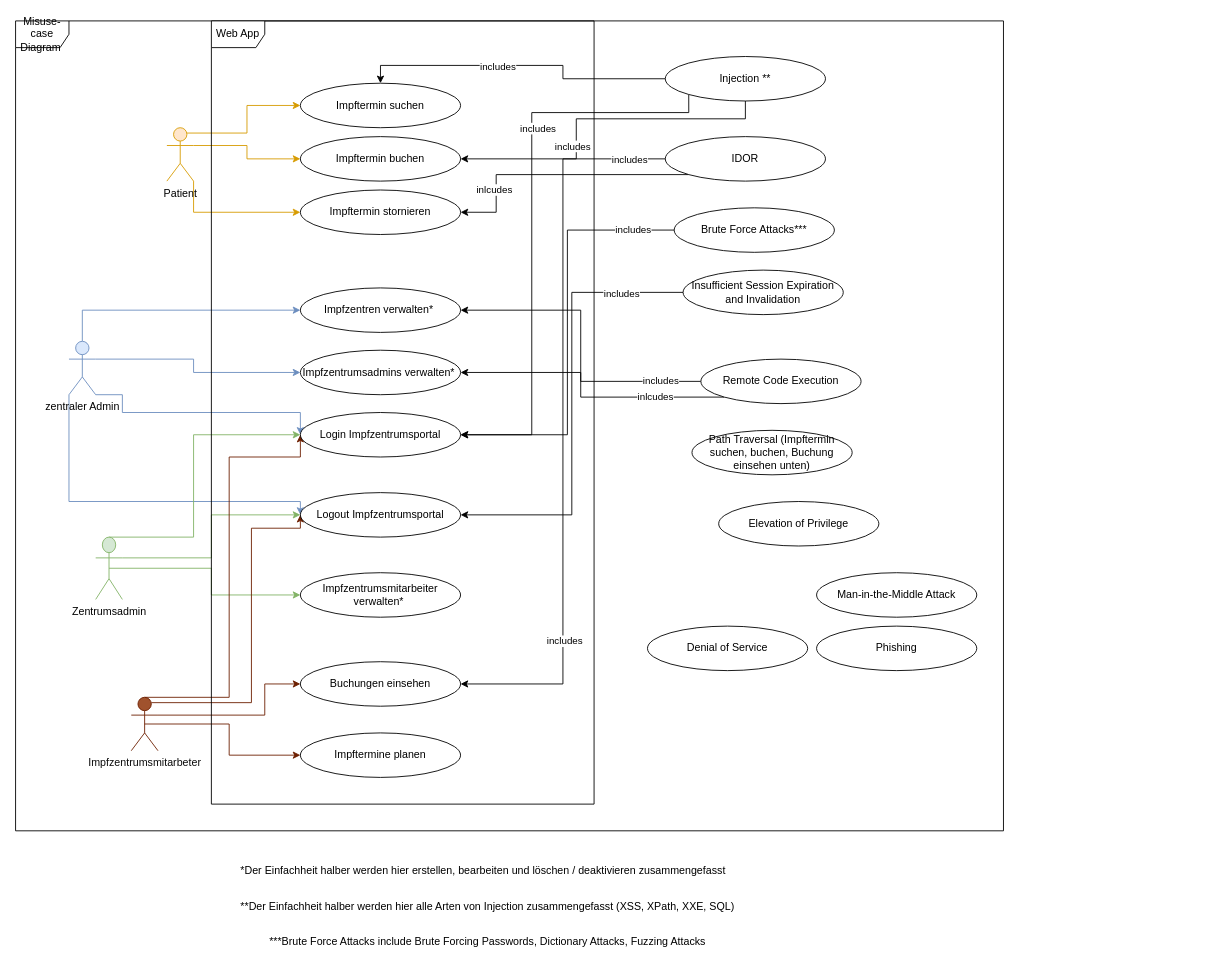
Above: Modified Misucase diagram.drawio in janafarag/sswe (draw.io), before the change. Source tidied: cells renumbered, new cells numbered last; positions are measured from the earlier drawing's top-left corner, leaving out a move shared by most shapes. Both pictures are drawn from the tidied source at 89%, with x=0, y=0 at pixel (15, 20).
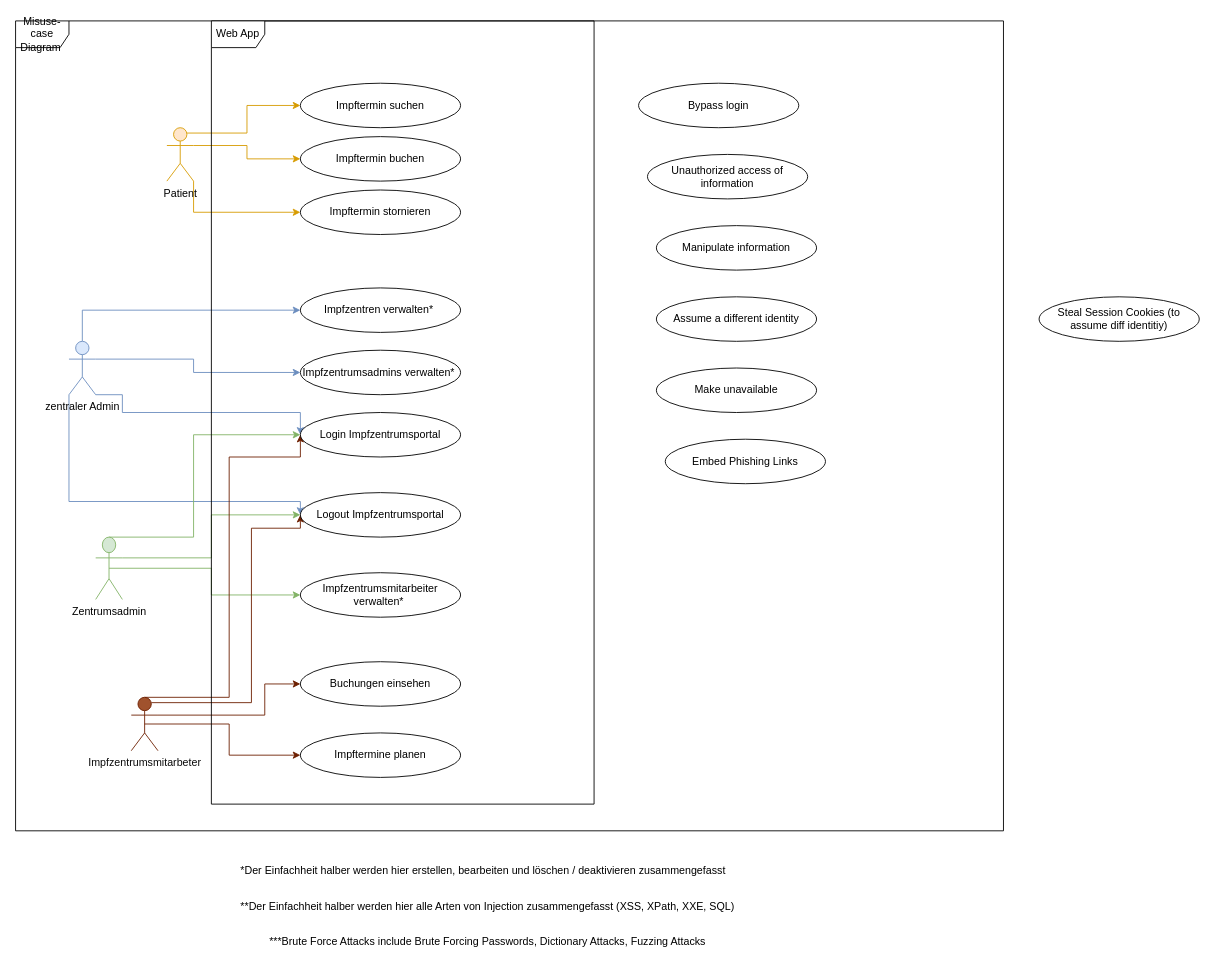
After the change.

Commit message:
Added basic and general misuse cases

Unchanged cells that the change refers to:
```xml
<mxCell id="20" value="Impftermin buchen" style="ellipse;whiteSpace=wrap;html=1;" parent="1" vertex="1">
  <mxGeometry x="320" y="130" width="180" height="50" as="geometry" />
</mxCell>
<mxCell id="21" value="Impftermin stornieren" style="ellipse;whiteSpace=wrap;html=1;" parent="1" vertex="1">
  <mxGeometry x="320" y="190" width="180" height="50" as="geometry" />
</mxCell>
<mxCell id="22" value="Impfzentren verwalten*&amp;nbsp;" style="ellipse;whiteSpace=wrap;html=1;" parent="1" vertex="1">
  <mxGeometry x="320" y="300" width="180" height="50" as="geometry" />
</mxCell>
<mxCell id="23" value="Impfzentrumsadmins verwalten*&amp;nbsp;" style="ellipse;whiteSpace=wrap;html=1;" parent="1" vertex="1">
  <mxGeometry x="320" y="370" width="180" height="50" as="geometry" />
</mxCell>
<mxCell id="24" value="Login Impfzentrumsportal" style="ellipse;whiteSpace=wrap;html=1;" parent="1" vertex="1">
  <mxGeometry x="320" y="440" width="180" height="50" as="geometry" />
</mxCell>
<mxCell id="25" value="Logout Impfzentrumsportal" style="ellipse;whiteSpace=wrap;html=1;" parent="1" vertex="1">
  <mxGeometry x="320" y="530" width="180" height="50" as="geometry" />
</mxCell>
<mxCell id="27" value="Buchungen einsehen" style="ellipse;whiteSpace=wrap;html=1;" parent="1" vertex="1">
  <mxGeometry x="320" y="720" width="180" height="50" as="geometry" />
</mxCell>
<mxCell id="29" value="Impftermin suchen" style="ellipse;whiteSpace=wrap;html=1;" parent="1" vertex="1">
  <mxGeometry x="320" y="70" width="180" height="50" as="geometry" />
</mxCell>
```

The edit, as a diff of the source:
```diff
@@
-    <mxCell id="34" style="edgeStyle=orthogonalEdgeStyle;rounded=0;jettySize=auto;html=1;exitX=0;exitY=1;exitDx=0;exitDy=0;entryX=1;entryY=0.5;entryDx=0;entryDy=0;" parent="1" edge="1" source="40" target="24">
-      <mxGeometry relative="1" as="geometry">
-        <Array as="points">
-          <mxPoint x="580" y="103" />
-          <mxPoint x="580" y="465" />
-        </Array>
-      </mxGeometry>
-    </mxCell>
-    <mxCell id="35" value="includes" style="edgeLabel;html=1;align=center;verticalAlign=middle;" parent="34" vertex="1">
-      <mxGeometry x="-0.61" y="-2" relative="1" as="geometry">
-        <mxPoint x="-65" y="19" as="offset" />
-      </mxGeometry>
-    </mxCell>
-    <mxCell id="36" style="edgeStyle=orthogonalEdgeStyle;rounded=0;jettySize=auto;html=1;exitX=0.5;exitY=1;exitDx=0;exitDy=0;entryX=1;entryY=0.5;entryDx=0;entryDy=0;" parent="1" edge="1" source="40" target="20">
-      <mxGeometry relative="1" as="geometry">
-        <Array as="points">
-          <mxPoint x="630" y="110" />
-          <mxPoint x="630" y="155" />
-        </Array>
-      </mxGeometry>
-    </mxCell>
-    <mxCell id="37" value="includes" style="edgeLabel;html=1;align=center;verticalAlign=middle;" parent="36" vertex="1">
-      <mxGeometry y="1" relative="1" as="geometry">
-        <mxPoint x="-22" y="29" as="offset" />
-      </mxGeometry>
-    </mxCell>
-    <mxCell id="38" style="edgeStyle=orthogonalEdgeStyle;rounded=0;jettySize=auto;html=1;exitX=0;exitY=0.5;exitDx=0;exitDy=0;entryX=0.5;entryY=0;entryDx=0;entryDy=0;" parent="1" edge="1" source="40" target="29">
-      <mxGeometry relative="1" as="geometry" />
-    </mxCell>
-    <mxCell id="39" value="includes" style="edgeLabel;html=1;align=center;verticalAlign=middle;" parent="38" vertex="1">
-      <mxGeometry x="0.15" y="1" relative="1" as="geometry" />
-    </mxCell>
-    <mxCell id="40" value="Injection **" style="ellipse;whiteSpace=wrap;html=1;" parent="1" vertex="1">
-      <mxGeometry x="730" y="40" width="180" height="50" as="geometry" />
-    </mxCell>
-    <mxCell id="41" style="edgeStyle=orthogonalEdgeStyle;rounded=0;jettySize=auto;html=1;exitX=0;exitY=0.5;exitDx=0;exitDy=0;entryX=1;entryY=0.5;entryDx=0;entryDy=0;" parent="1" edge="1" source="46" target="27">
-      <mxGeometry relative="1" as="geometry" />
-    </mxCell>
-    <mxCell id="42" value="includes" style="edgeLabel;html=1;align=center;verticalAlign=middle;" parent="41" vertex="1">
-      <mxGeometry x="0.6" y="1" relative="1" as="geometry" />
-    </mxCell>
-    <mxCell id="43" value="includes" style="edgeLabel;html=1;align=center;verticalAlign=middle;" parent="41" vertex="1">
-      <mxGeometry x="-0.9" relative="1" as="geometry" />
-    </mxCell>
-    <mxCell id="44" style="edgeStyle=orthogonalEdgeStyle;rounded=0;jettySize=auto;html=1;exitX=0;exitY=1;exitDx=0;exitDy=0;entryX=1;entryY=0.5;entryDx=0;entryDy=0;" parent="1" edge="1" source="46" target="21">
-      <mxGeometry relative="1" as="geometry">
-        <Array as="points">
-          <mxPoint x="540" y="173" />
-          <mxPoint x="540" y="215" />
-        </Array>
-      </mxGeometry>
-    </mxCell>
-    <mxCell id="45" value="inlcudes" style="edgeLabel;html=1;align=center;verticalAlign=middle;" parent="44" vertex="1">
-      <mxGeometry x="0.56" y="-3" relative="1" as="geometry" />
-    </mxCell>
-    <mxCell id="46" value="IDOR" style="ellipse;whiteSpace=wrap;html=1;" parent="1" vertex="1">
-      <mxGeometry x="730" y="130" width="180" height="50" as="geometry" />
-    </mxCell>
-    <mxCell id="47" value="Path Traversal (Impftermin suchen, buchen, Buchung einsehen unten)" style="ellipse;whiteSpace=wrap;html=1;" parent="1" vertex="1">
-      <mxGeometry x="760" y="460" width="180" height="50" as="geometry" />
-    </mxCell>
-    <mxCell id="48" style="edgeStyle=orthogonalEdgeStyle;rounded=0;jettySize=auto;html=1;exitX=0;exitY=0.5;exitDx=0;exitDy=0;entryX=1;entryY=0.5;entryDx=0;entryDy=0;" parent="1" edge="1" source="50" target="24">
-      <mxGeometry relative="1" as="geometry" />
-    </mxCell>
-    <mxCell id="49" value="includes" style="edgeLabel;html=1;align=center;verticalAlign=middle;" parent="48" vertex="1">
-      <mxGeometry x="-0.8" y="-1" relative="1" as="geometry" />
-    </mxCell>
-    <mxCell id="50" value="Brute Force Attacks***" style="ellipse;whiteSpace=wrap;html=1;" parent="1" vertex="1">
-      <mxGeometry x="740" y="210" width="180" height="50" as="geometry" />
-    </mxCell>
@@
-    <mxCell id="52" style="edgeStyle=orthogonalEdgeStyle;rounded=0;jettySize=auto;html=1;exitX=0;exitY=0.5;exitDx=0;exitDy=0;entryX=1;entryY=0.5;entryDx=0;entryDy=0;" parent="1" edge="1" source="54" target="25">
-      <mxGeometry relative="1" as="geometry" />
-    </mxCell>
-    <mxCell id="53" value="includes" style="edgeLabel;html=1;align=center;verticalAlign=middle;" parent="52" vertex="1">
-      <mxGeometry x="-0.72" y="1" relative="1" as="geometry" />
-    </mxCell>
-    <mxCell id="54" value="Insufficient Session Expiration and Invalidation" style="ellipse;whiteSpace=wrap;html=1;" parent="1" vertex="1">
-      <mxGeometry x="750" y="280" width="180" height="50" as="geometry" />
-    </mxCell>
-    <mxCell id="55" value="Elevation of Privilege" style="ellipse;whiteSpace=wrap;html=1;" parent="1" vertex="1">
-      <mxGeometry x="790" y="540" width="180" height="50" as="geometry" />
-    </mxCell>
-    <mxCell id="56" value="Denial of Service" style="ellipse;whiteSpace=wrap;html=1;" parent="1" vertex="1">
-      <mxGeometry x="710" y="680" width="180" height="50" as="geometry" />
-    </mxCell>
-    <mxCell id="57" style="edgeStyle=orthogonalEdgeStyle;rounded=0;jettySize=auto;html=1;exitX=0;exitY=0.5;exitDx=0;exitDy=0;entryX=1;entryY=0.5;entryDx=0;entryDy=0;" parent="1" edge="1" source="61" target="22">
-      <mxGeometry relative="1" as="geometry" />
-    </mxCell>
-    <mxCell id="58" value="includes" style="edgeLabel;html=1;align=center;verticalAlign=middle;" parent="57" vertex="1">
-      <mxGeometry x="-0.74" y="-1" relative="1" as="geometry" />
-    </mxCell>
-    <mxCell id="59" style="edgeStyle=orthogonalEdgeStyle;rounded=0;jettySize=auto;html=1;exitX=0;exitY=1;exitDx=0;exitDy=0;entryX=1;entryY=0.5;entryDx=0;entryDy=0;" parent="1" edge="1" source="61" target="23">
-      <mxGeometry relative="1" as="geometry" />
-    </mxCell>
-    <mxCell id="60" value="inlcudes" style="edgeLabel;html=1;align=center;verticalAlign=middle;" parent="59" vertex="1">
-      <mxGeometry x="-0.52" y="-1" relative="1" as="geometry" />
-    </mxCell>
-    <mxCell id="61" value="Remote Code Execution" style="ellipse;whiteSpace=wrap;html=1;" parent="1" vertex="1">
-      <mxGeometry x="770" y="380" width="180" height="50" as="geometry" />
-    </mxCell>
-    <mxCell id="62" value="Phishing" style="ellipse;whiteSpace=wrap;html=1;" parent="1" vertex="1">
-      <mxGeometry x="900" y="680" width="180" height="50" as="geometry" />
-    </mxCell>
-    <mxCell id="63" value="Man-in-the-Middle Attack" style="ellipse;whiteSpace=wrap;html=1;" parent="1" vertex="1">
-      <mxGeometry x="900" y="620" width="180" height="50" as="geometry" />
-    </mxCell>
+    <mxCell id="64" value="Bypass login" style="ellipse;whiteSpace=wrap;html=1;" parent="1" vertex="1">
+      <mxGeometry x="700" y="70" width="180" height="50" as="geometry" />
+    </mxCell>
+    <mxCell id="65" value="Unauthorized access of information" style="ellipse;whiteSpace=wrap;html=1;" parent="1" vertex="1">
+      <mxGeometry x="710" y="150" width="180" height="50" as="geometry" />
+    </mxCell>
+    <mxCell id="66" value="Manipulate information" style="ellipse;whiteSpace=wrap;html=1;" parent="1" vertex="1">
+      <mxGeometry x="720" y="230" width="180" height="50" as="geometry" />
+    </mxCell>
+    <mxCell id="67" value="Assume a different identity" style="ellipse;whiteSpace=wrap;html=1;" parent="1" vertex="1">
+      <mxGeometry x="720" y="310" width="180" height="50" as="geometry" />
+    </mxCell>
+    <mxCell id="68" value="Make unavailable" style="ellipse;whiteSpace=wrap;html=1;" parent="1" vertex="1">
+      <mxGeometry x="720" y="390" width="180" height="50" as="geometry" />
+    </mxCell>
+    <mxCell id="69" value="Embed Phishing Links" style="ellipse;whiteSpace=wrap;html=1;" parent="1" vertex="1">
+      <mxGeometry x="730" y="470" width="180" height="50" as="geometry" />
+    </mxCell>
+    <mxCell id="70" value="Steal Session Cookies (to assume diff identitiy)" style="ellipse;whiteSpace=wrap;html=1;" parent="1" vertex="1">
+      <mxGeometry x="1150" y="310" width="180" height="50" as="geometry" />
+    </mxCell>
```
